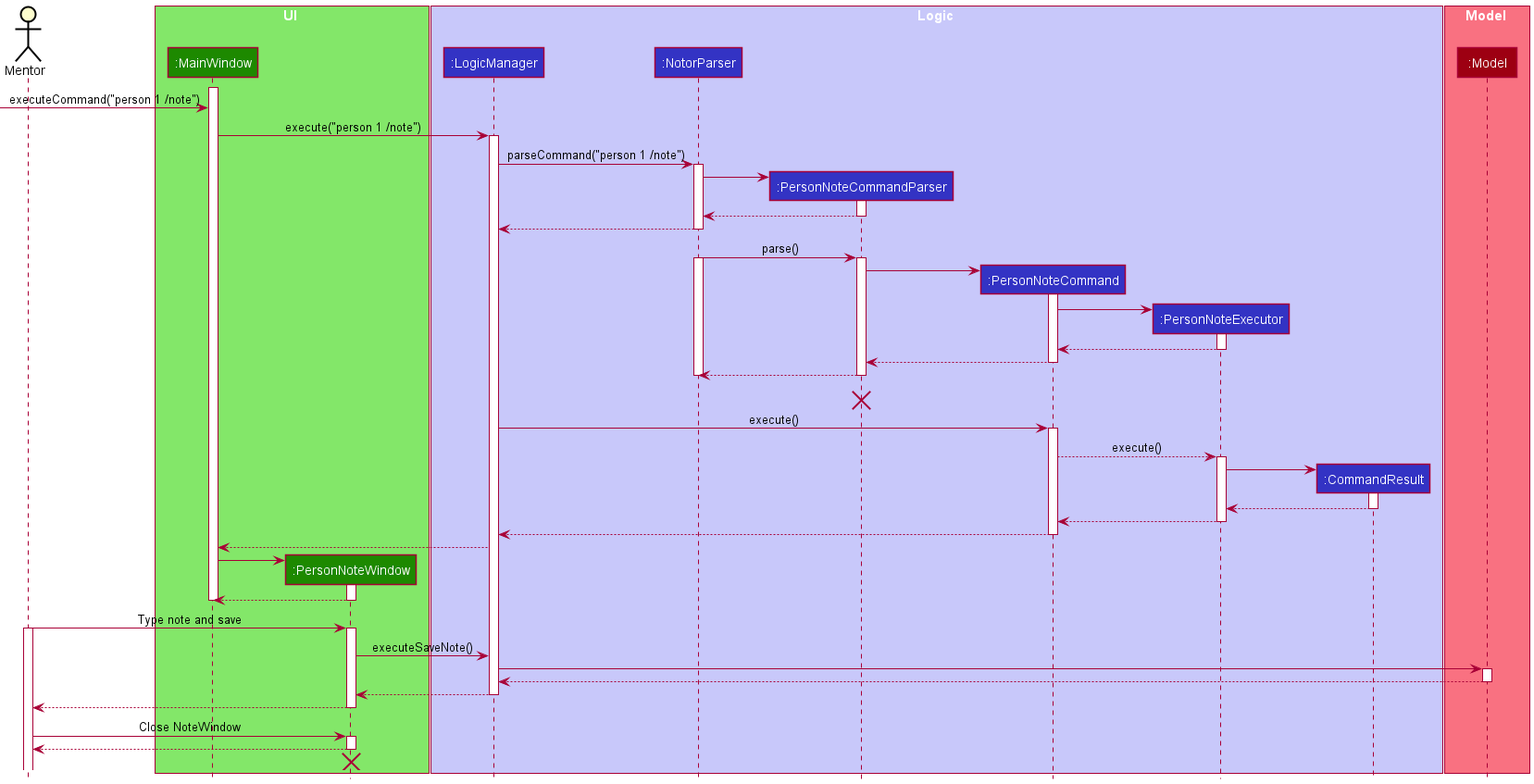
Earlier version of the PlantUML export docs/images/PersonNoteSequenceDiagram.png (nus-cs2103-AY2122S1/tp). The source it was exported from:
```plantuml
@startuml
!include style.puml

Actor "Mentor" as Mentor

box UI UI_COLOR_T1
participant ":MainWindow" as MainWindow UI_COLOR
participant ":PersonNoteWindow" as NoteWindow UI_COLOR
end box

box Logic LOGIC_COLOR_T1
participant ":LogicManager" as LogicManager LOGIC_COLOR
participant ":NotorParser" as NotorParser LOGIC_COLOR
participant ":PersonNoteCommandParser" as PersonNoteCommandParser LOGIC_COLOR
participant ":PersonNoteCommand" as PersonNoteCommand LOGIC_COLOR
participant ":PersonNoteExecutor" as PersonNoteExecutor LOGIC_COLOR
participant ":CommandResult" as CommandResult LOGIC_COLOR
end box

box Model MODEL_COLOR_T1
participant ":Model" as Model MODEL_COLOR
end box
activate MainWindow
[-> MainWindow : executeCommand("person 1 /note")

MainWindow -> LogicManager : execute("person 1 /note")
activate LogicManager

LogicManager -> NotorParser : parseCommand("person 1 /note")
activate NotorParser

create PersonNoteCommandParser
NotorParser -> PersonNoteCommandParser
activate PersonNoteCommandParser

PersonNoteCommandParser --> NotorParser
deactivate PersonNoteCommandParser


NotorParser --> LogicManager
deactivate NotorParser

NotorParser -> PersonNoteCommandParser : parse()
activate NotorParser
activate PersonNoteCommandParser
create PersonNoteCommand
PersonNoteCommandParser -> PersonNoteCommand

activate PersonNoteCommand
create PersonNoteExecutor
PersonNoteCommand -> PersonNoteExecutor
activate PersonNoteExecutor
PersonNoteExecutor --> PersonNoteCommand
deactivate PersonNoteExecutor
PersonNoteCommand --> PersonNoteCommandParser

deactivate PersonNoteCommand
PersonNoteCommandParser --> NotorParser
deactivate NotorParser

deactivate PersonNoteCommandParser

PersonNoteCommandParser -[hidden]-> PersonNoteCommandParser
destroy PersonNoteCommandParser

LogicManager -> PersonNoteCommand: execute()
activate PersonNoteCommand

PersonNoteCommand --> PersonNoteExecutor: execute()
activate PersonNoteExecutor

create CommandResult
PersonNoteExecutor -> CommandResult
activate CommandResult
CommandResult -->PersonNoteExecutor
deactivate CommandResult
PersonNoteExecutor --> PersonNoteCommand
deactivate PersonNoteExecutor

PersonNoteCommand --> LogicManager
deactivate PersonNoteCommand
LogicManager --> MainWindow


create NoteWindow
MainWindow -> NoteWindow
activate NoteWindow
NoteWindow --> MainWindow
deactivate NoteWindow
deactivate MainWindow


Mentor -> NoteWindow :Type note and save
activate Mentor
activate NoteWindow
NoteWindow -> LogicManager: executeSaveNote()



LogicManager -> Model
activate Model
Model --> LogicManager
deactivate Model
LogicManager --> NoteWindow
deactivate LogicManager

NoteWindow --> Mentor
deactivate NoteWindow


Mentor -> NoteWindow: Close NoteWindow
activate NoteWindow
NoteWindow --> Mentor
deactivate NoteWindow
NoteWindow -[hidden]-> Mentor
destroy NoteWindow


@enduml
```
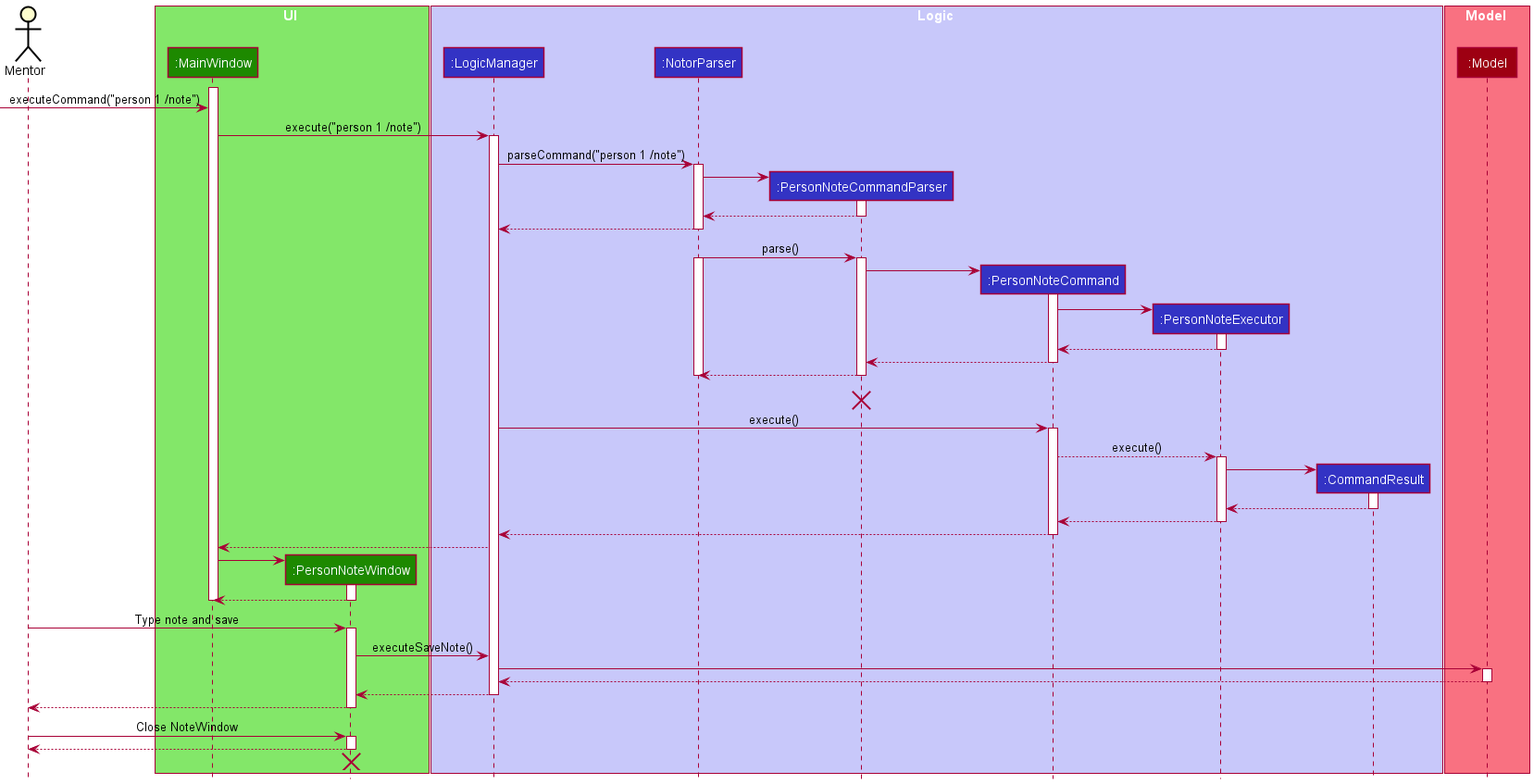
The same file after the commit.

Diff of the diagram source:
```diff
@@ -91,7 +91,6 @@
 
 
 Mentor -> NoteWindow :Type note and save
-activate Mentor
 activate NoteWindow
 NoteWindow -> LogicManager: executeSaveNote()
 
```
